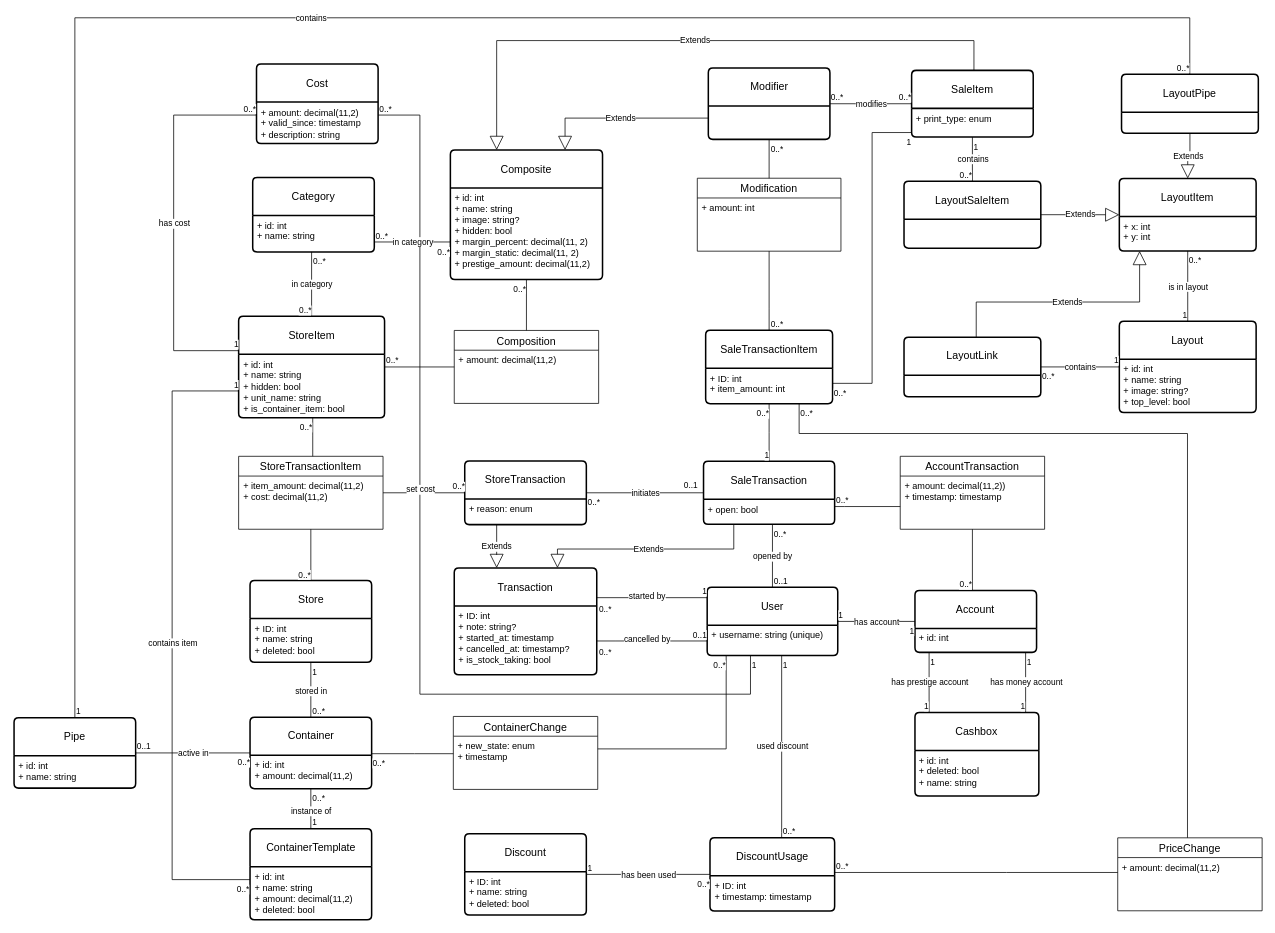
Before: page "ER_New" (1 of 5) of doc/Diagrams.drawio.xml in MrakDun-desu/kis-v4, a draw.io diagram. Source tidied: cells renumbered, new cells numbered last; positions are measured from the earlier drawing's top-left corner, leaving out a move shared by most shapes. Both pictures are drawn from the tidied source at 76%, with x=0, y=0 at pixel (14, 17).
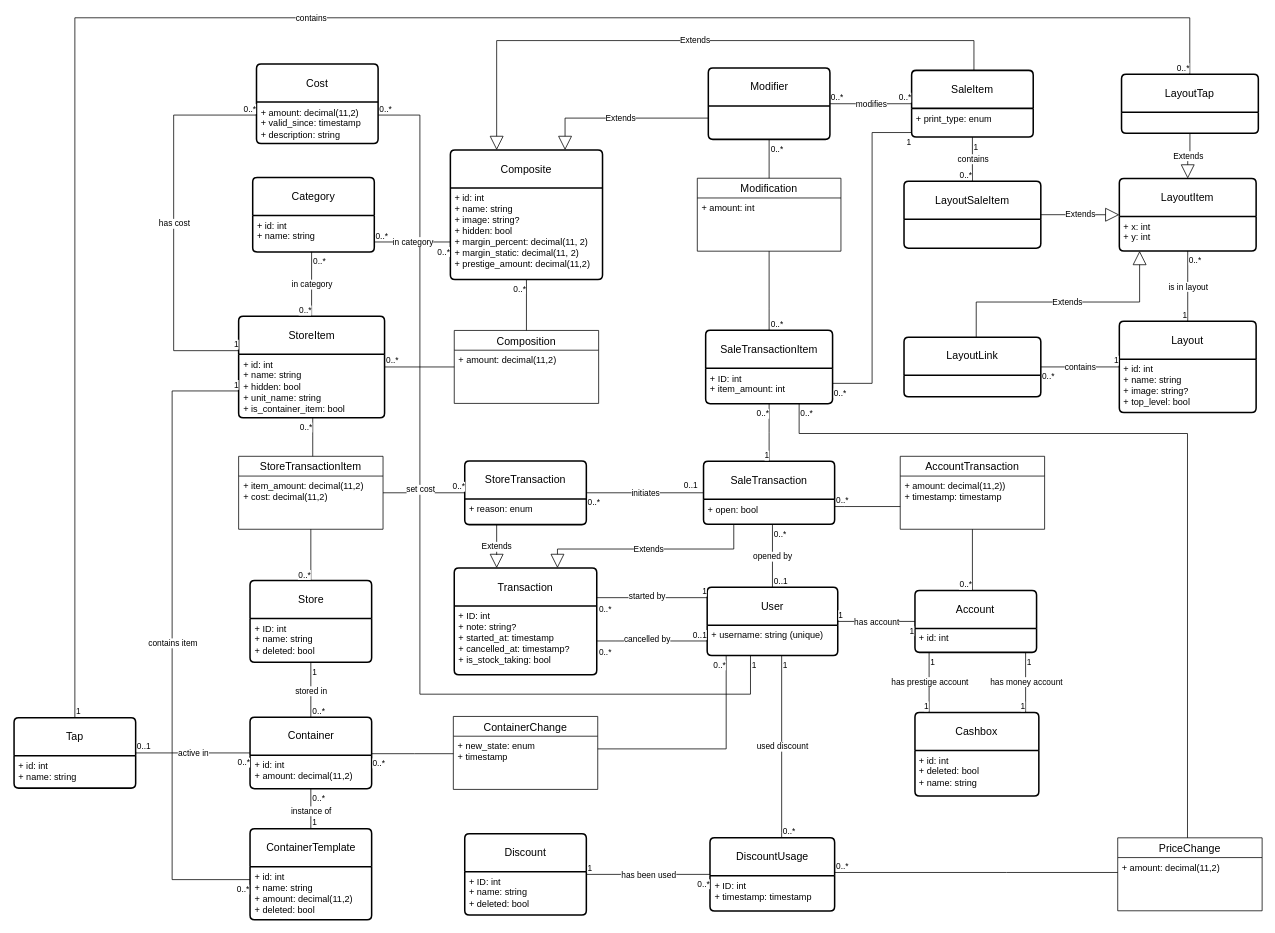
Above is the later version.

What changed in the source:
```diff
@@
-    <mxCell id="47" value="Pipe" style="swimlane;horizontal=1;startSize=50;rounded=1;fontSize=14;fontStyle=0;strokeWidth=2;shadow=0;dashed=0;align=center;arcSize=4;whiteSpace=wrap;html=1;" parent="1" vertex="1">
+    <mxCell id="47" value="Tap" style="swimlane;horizontal=1;startSize=50;rounded=1;fontSize=14;fontStyle=0;strokeWidth=2;shadow=0;dashed=0;align=center;arcSize=4;whiteSpace=wrap;html=1;" parent="1" vertex="1">
       <mxGeometry y="920.9" width="160" height="92.6" as="geometry" />
     </mxCell>
@@
-    <mxCell id="163" value="LayoutPipe" style="swimlane;horizontal=1;startSize=50;rounded=1;fontSize=14;fontStyle=0;strokeWidth=2;shadow=0;dashed=0;align=center;arcSize=4;whiteSpace=wrap;html=1;" parent="1" vertex="1">
+    <mxCell id="163" value="LayoutTap" style="swimlane;horizontal=1;startSize=50;rounded=1;fontSize=14;fontStyle=0;strokeWidth=2;shadow=0;dashed=0;align=center;arcSize=4;whiteSpace=wrap;html=1;" parent="1" vertex="1">
       <mxGeometry x="1457.2" y="74.1" width="180" height="77.8" as="geometry" />
     </mxCell>
```
